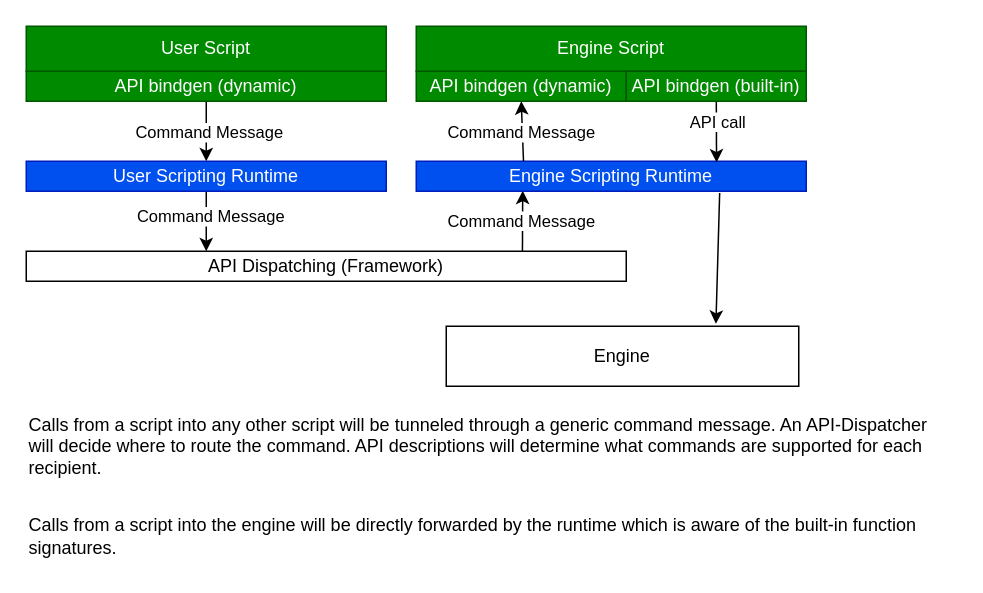
gam3du/gam3du keeps this draw.io diagram as docs/api.drawio. Above is the earlier version. Source tidied: cells renumbered, new cells numbered last; positions are measured from the earlier drawing's top-left corner, leaving out a move shared by most shapes. Both pictures are drawn from the tidied source at 150%, with x=0, y=0 at pixel (26, 26).
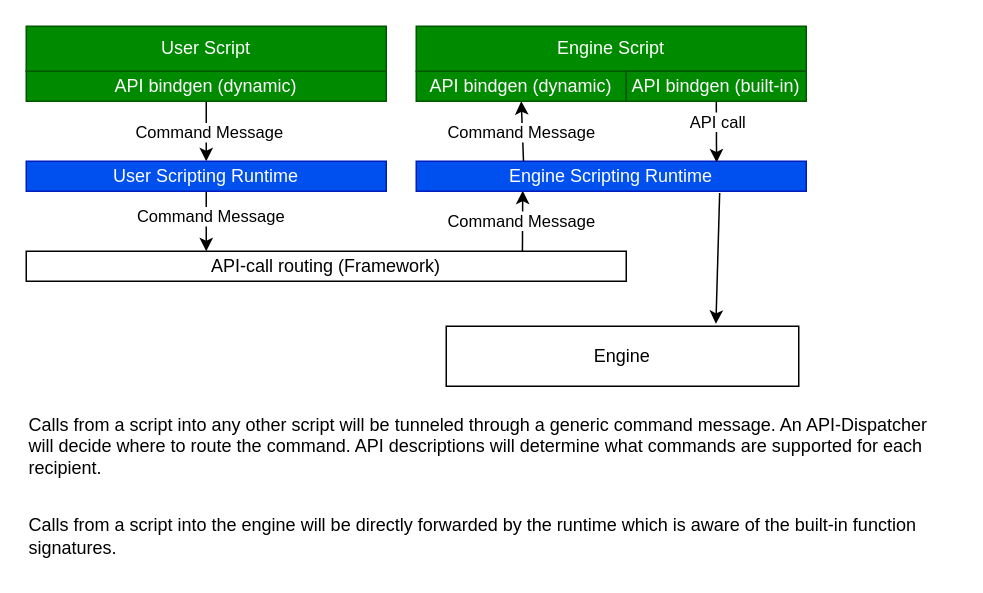
Above is the later version.

Commit message (it also covers changes not shown here):
add more code conventions

Diff of the diagram source:
```diff
@@
-    <mxCell id="8" value="API Dispatching (Framework)" style="rounded=0;whiteSpace=wrap;html=1;" parent="1" vertex="1">
+    <mxCell id="8" value="API-call routing (Framework)" style="rounded=0;whiteSpace=wrap;html=1;" parent="1" vertex="1">
       <mxGeometry y="150" width="400" height="20" as="geometry" />
     </mxCell>
```
